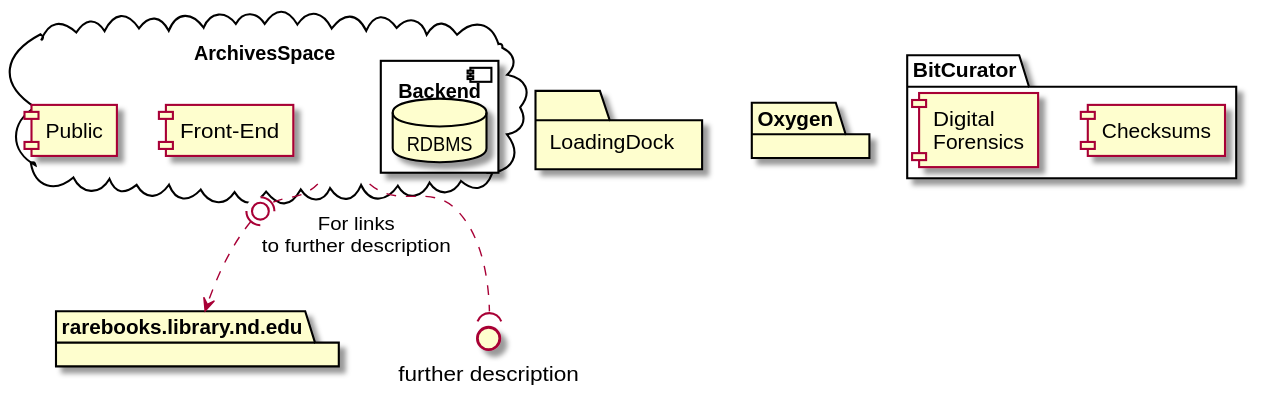
Above: plantuml/archivesspace.svg in ndlib/dam-ecosystem-mapping (PlantUML), before the change.
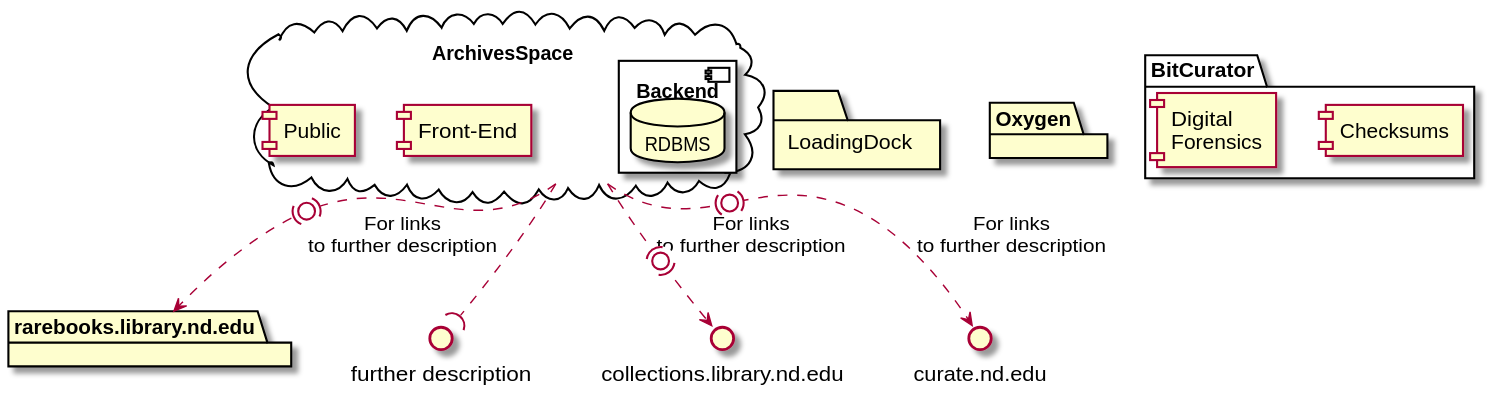
Above is the later version.

Commit message:
Adding additional further description sites

Diff of the diagram source:
```diff
@@ -21,5 +21,7 @@
 }
 
 ArchivesSpace .(0).> rarebooks.library.nd.edu : "For links\nto further description"
+ArchivesSpace .(0).> collections.library.nd.edu : "For links\nto further description"
+ArchivesSpace .(0).> curate.nd.edu : "For links\nto further description"
 ArchivesSpace ..( FurtherDescription
 @enduml
```
